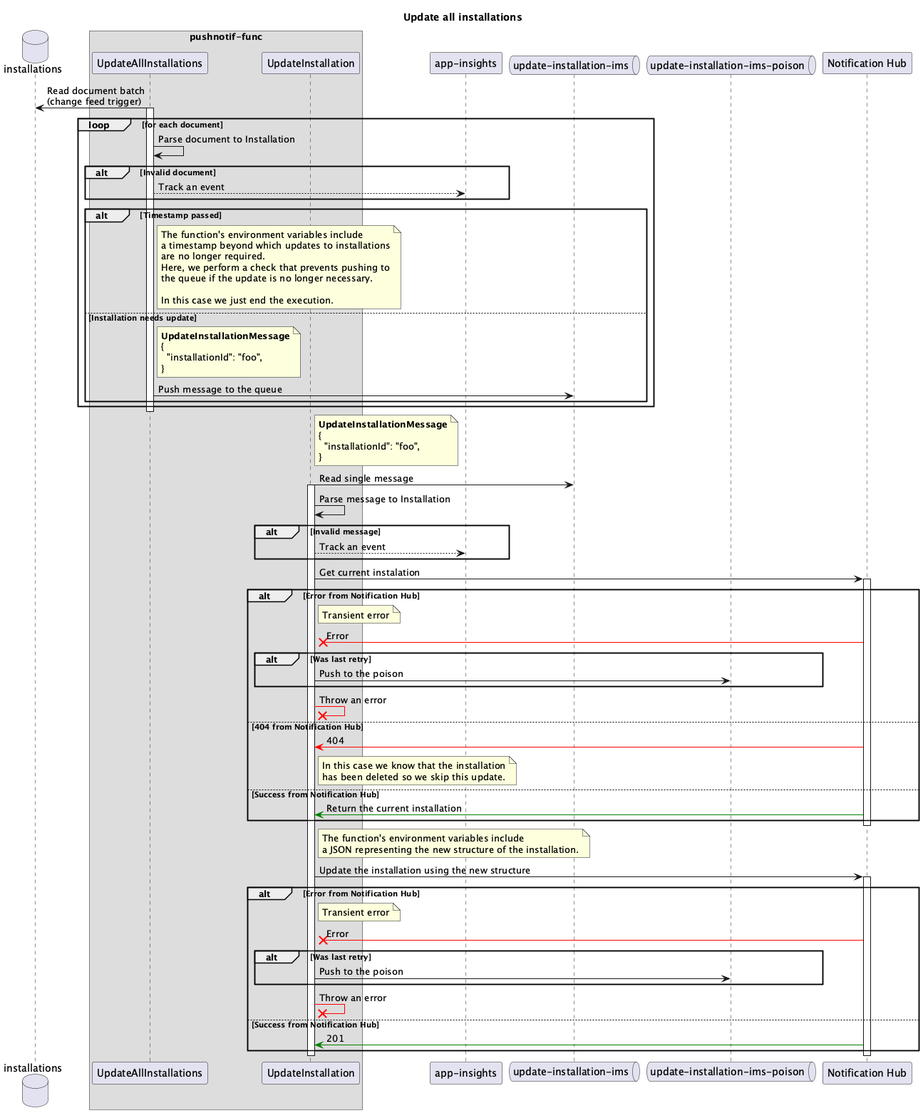
This is docs/installation-updater/update-all-installations.png from pagopa/io-messages, a PlantUML export, as it was before one commit.
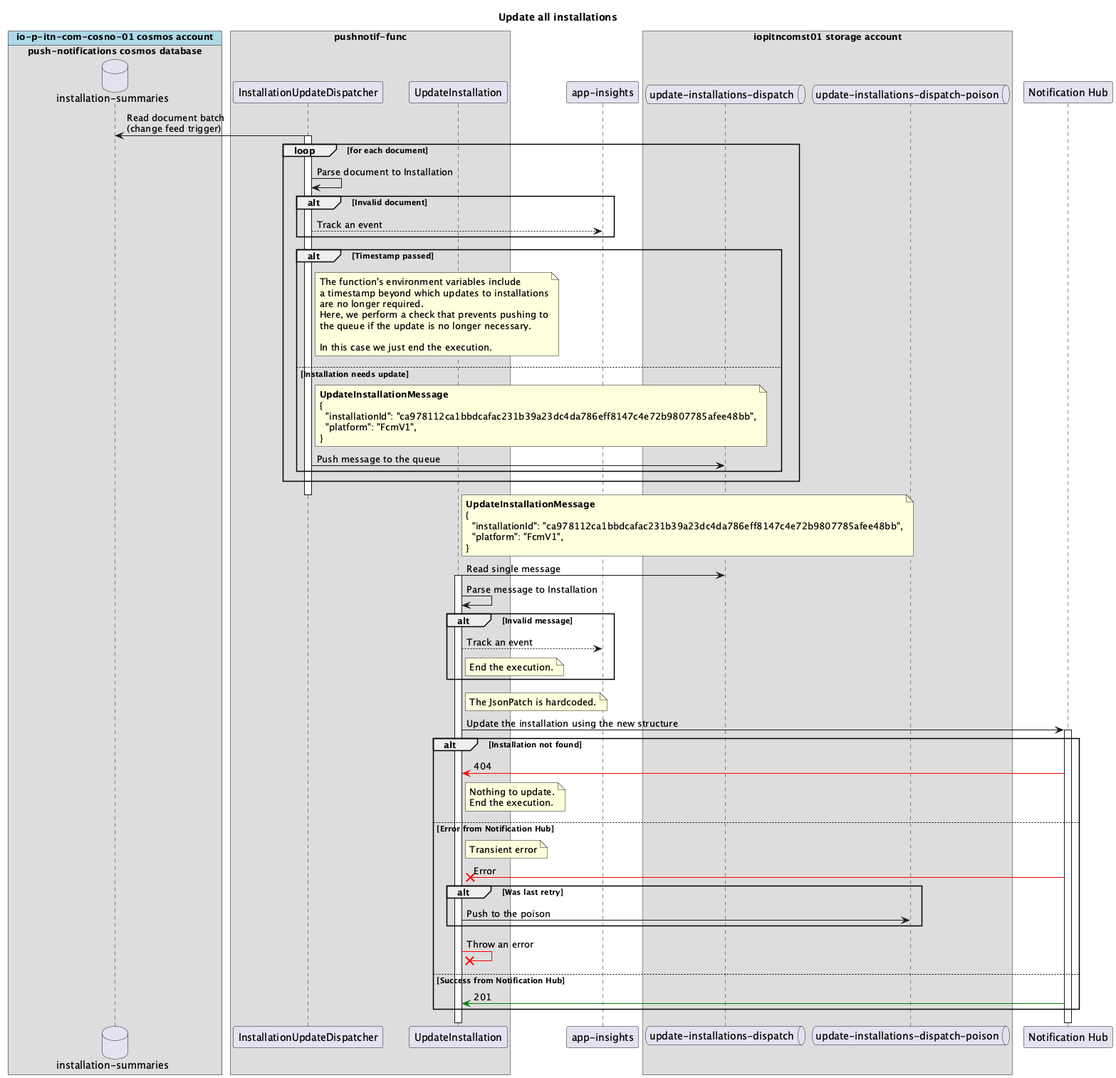
The same diagram one commit later.

Commit message:
Update update-all-installation png diagram

The edit, as a diff of the source:
```diff
@@ -2,17 +2,24 @@
 
 title Update all installations
 
-database "installations" as ic
+!pragma teoz true
+box "io-p-itn-com-cosno-01 cosmos account" #LightBlue
+  box "push-notifications cosmos database"
+    database "installation-summaries" as ic
+  end box
+end box
 
 box "pushnotif-func"
-  participant "UpdateAllInstallations" as uai
+  participant "InstallationUpdateDispatcher" as uai
   participant "UpdateInstallation" as ui
 end box
 
 participant "app-insights" as ai
 
-queue "update-installation-ims" as uiq
-queue "update-installation-ims-poison" as uiqp
+box "iopitncomst01 storage account"
+  queue "update-installations-dispatch" as uiq
+  queue "update-installations-dispatch-poison" as uiqp
+end box
 
 participant "Notification Hub" as nh
 
@@ -38,7 +45,8 @@
     note right of uai
       **UpdateInstallationMessage**
       {
-        "installationId": "foo",
+        "installationId": "ca978112ca1bbdcafac231b39a23dc4da786eff8147c4e72b9807785afee48bb",
+        "platform": "FcmV1",
       }
     end note
     uai -> uiq : Push message to the queue
@@ -50,7 +58,8 @@
 note right of ui
   **UpdateInstallationMessage**
   {
-    "installationId": "foo",
+    "installationId": "ca978112ca1bbdcafac231b39a23dc4da786eff8147c4e72b9807785afee48bb",
+    "platform": "FcmV1",
   }
 end note
 ui -> uiq : Read single message
@@ -59,39 +68,24 @@
 ui -> ui : Parse message to Installation
 alt Invalid message
   ui --> ai : Track an event
+  note right of ui
+    End the execution.
+  end note
 end
 
-ui -> nh : Get current instalation
-activate nh
-
-alt Error from Notification Hub
-  note right of ui
-    Transient error
-  end note
-  nh -[#red]x ui : Error
-  alt Was last retry
-    ui -> uiqp: Push to the poison
-  end
-  ui -[#red]x ui : Throw an error
-else 404 from Notification Hub
-  nh -[#red]> ui : 404
-  note right of ui
-    In this case we know that the installation
-    has been deleted so we skip this update.
-  end note
-else Success from Notification Hub
-  nh -[#green]> ui : Return the current installation
-end
-deactivate nh
-
 note right of ui
-  The function's environment variables include
-  a JSON representing the new structure of the installation.
+  The JsonPatch is hardcoded.
 end note
 ui -> nh : Update the installation using the new structure
 activate nh
 
-alt Error from Notification Hub
+alt Installation not found
+  nh -[#red]> ui : 404
+  note right of ui
+    Nothing to update.
+    End the execution.
+  end note
+else Error from Notification Hub
   note right of ui
     Transient error
   end note
```
